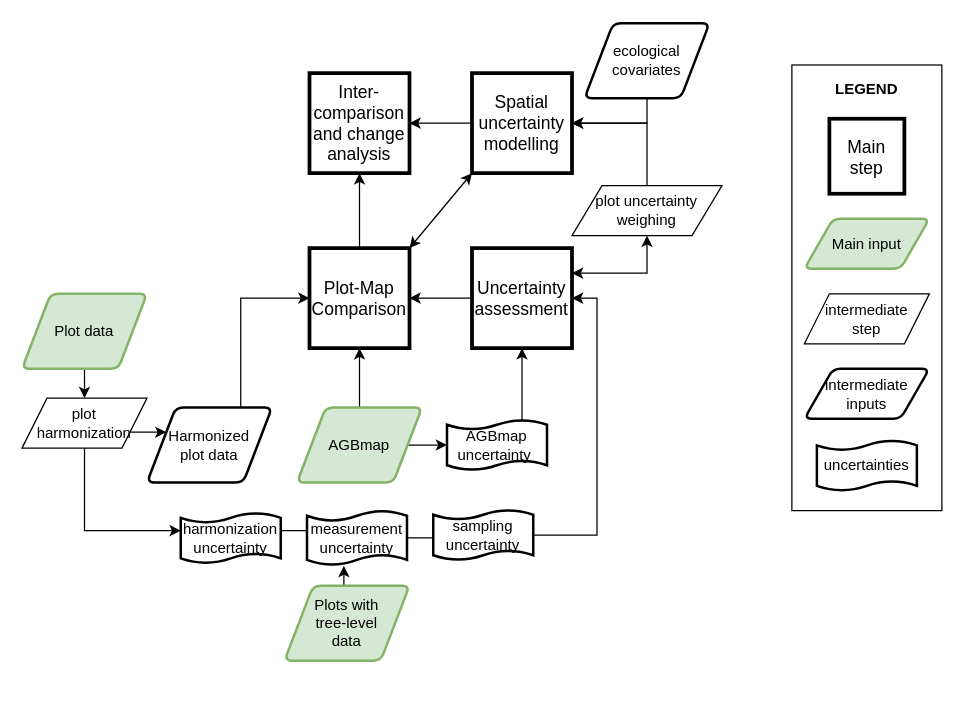
The draw.io diagram Untitled Diagram.drawio in arnanaraza/diagrams, before the edit. Source tidied: cells renumbered, new cells numbered last; positions are measured from the earlier drawing's top-left corner, leaving out a move shared by most shapes. Both pictures are drawn from the tidied source at 125%, with x=0, y=0 at pixel (21, 22).
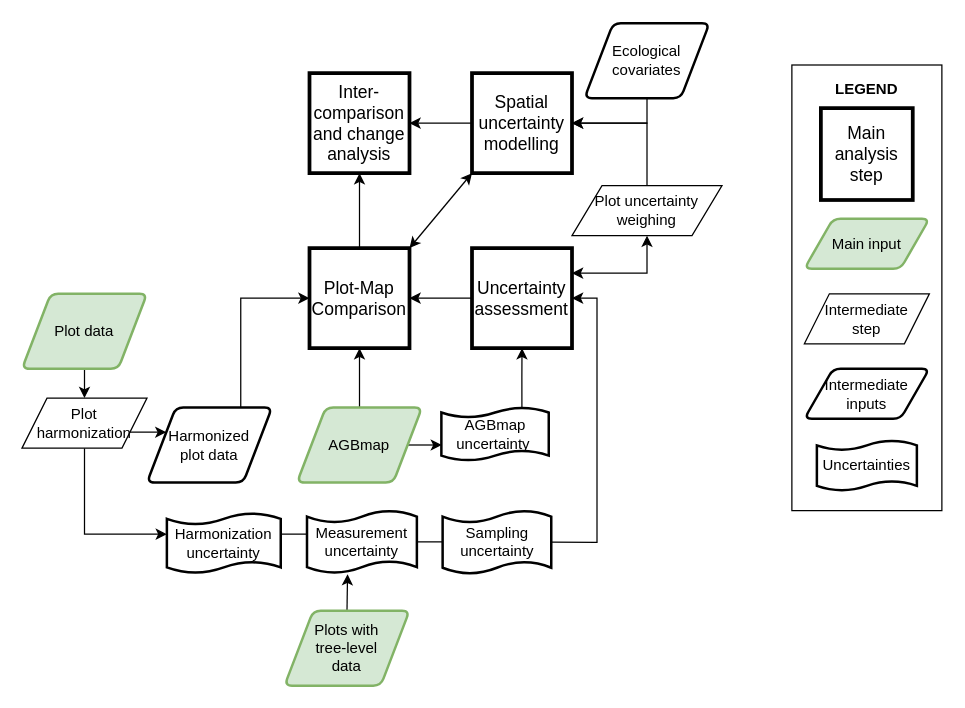
After the change.

Unchanged cells that the change refers to:
```xml
<mxCell id="4" value="AGBmap" style="shape=parallelogram;html=1;strokeWidth=2;perimeter=parallelogramPerimeter;whiteSpace=wrap;rounded=1;arcSize=12;size=0.23;fillColor=#d5e8d4;strokeColor=#82b366;" parent="1" vertex="1">
  <mxGeometry x="220.1" y="307.5" width="100" height="60" as="geometry" />
</mxCell>
<mxCell id="16" value="&lt;font style=&quot;font-size: 14px&quot;&gt;Uncertainty assessment&lt;/font&gt;" style="whiteSpace=wrap;html=1;strokeWidth=3;" parent="1" vertex="1">
  <mxGeometry x="360.1" y="180" width="80" height="80" as="geometry" />
</mxCell>
<mxCell id="18" value="&lt;font style=&quot;font-size: 14px&quot;&gt;Plot-Map&lt;br&gt;Comparison&lt;/font&gt;" style="whiteSpace=wrap;html=1;strokeWidth=3;" parent="1" vertex="1">
  <mxGeometry x="230.1" y="180" width="80" height="80" as="geometry" />
</mxCell>
```

Diff of the diagram source:
```diff
@@
+    <mxCell id="43" style="rounded=0;whiteSpace=wrap;html=1;strokeWidth=1;fillColor=none;" parent="1" vertex="1">
+      <mxGeometry x="616" y="33.5" width="120" height="356.5" as="geometry" />
+    </mxCell>
+    <mxCell id="3" style="edgeStyle=orthogonalEdgeStyle;rounded=0;jettySize=auto;html=1;exitX=0.5;exitY=0;exitDx=0;exitDy=0;entryX=0.5;entryY=1;entryDx=0;entryDy=0;startArrow=none;startFill=0;" parent="1" edge="1" source="4" target="18">
+      <mxGeometry relative="1" as="geometry" />
+    </mxCell>
-    <mxCell id="2" style="edgeStyle=orthogonalEdgeStyle;rounded=0;jettySize=auto;html=1;exitX=1;exitY=0.5;exitDx=0;exitDy=0;entryX=0;entryY=0.5;entryDx=0;entryDy=0;entryPerimeter=0;startArrow=none;startFill=0;" parent="1" edge="1" source="4" target="32">
+    <mxCell id="2" style="edgeStyle=orthogonalEdgeStyle;rounded=0;jettySize=auto;html=1;exitX=1;exitY=0.5;exitDx=0;exitDy=0;entryX=0.005;entryY=0.708;entryDx=0;entryDy=0;entryPerimeter=0;" parent="1" edge="1" source="4" target="32">
       <mxGeometry relative="1" as="geometry" />
     </mxCell>
-    <mxCell id="3" style="edgeStyle=orthogonalEdgeStyle;rounded=0;jettySize=auto;html=1;exitX=0.5;exitY=0;exitDx=0;exitDy=0;entryX=0.5;entryY=1;entryDx=0;entryDy=0;startArrow=none;startFill=0;" parent="1" edge="1" source="4" target="18">
-      <mxGeometry relative="1" as="geometry" />
-    </mxCell>
@@
     <mxCell id="10" value="Plots with &lt;br&gt;tree-level &lt;br&gt;data" style="shape=parallelogram;html=1;strokeWidth=2;perimeter=parallelogramPerimeter;whiteSpace=wrap;rounded=1;arcSize=12;size=0.23;fillColor=#d5e8d4;strokeColor=#82b366;" parent="1" vertex="1">
-      <mxGeometry x="210.1" y="450" width="100" height="60" as="geometry" />
+      <mxGeometry x="210.1" y="470" width="100" height="60" as="geometry" />
     </mxCell>
@@
-    <mxCell id="22" value="plot harmonization" style="shape=parallelogram;perimeter=parallelogramPerimeter;whiteSpace=wrap;html=1;" parent="1" vertex="1">
+    <mxCell id="22" value="Plot harmonization" style="shape=parallelogram;perimeter=parallelogramPerimeter;whiteSpace=wrap;html=1;" parent="1" vertex="1">
       <mxGeometry x="0.1" y="300" width="100" height="40" as="geometry" />
     </mxCell>
@@
-    <mxCell id="26" value="&lt;span style=&quot;white-space: normal&quot;&gt;harmonization uncertainty&lt;/span&gt;" style="shape=tape;whiteSpace=wrap;html=1;strokeWidth=2;size=0.19;" parent="1" vertex="1">
-      <mxGeometry x="127.1" y="392" width="80" height="40" as="geometry" />
+    <mxCell id="26" value="&lt;span style=&quot;white-space: normal&quot;&gt;Harmonization uncertainty&lt;/span&gt;" style="shape=tape;whiteSpace=wrap;html=1;strokeWidth=2;size=0.19;" parent="1" vertex="1">
+      <mxGeometry x="116" y="392" width="91.1" height="48" as="geometry" />
     </mxCell>
@@
-    <mxCell id="28" value="measurement uncertainty" style="shape=tape;whiteSpace=wrap;html=1;strokeWidth=2;size=0.19;" parent="1" vertex="1">
-      <mxGeometry x="228.1" y="390" width="80" height="43.5" as="geometry" />
+    <mxCell id="28" value="Measurement uncertainty" style="shape=tape;whiteSpace=wrap;html=1;strokeWidth=2;size=0.19;" parent="1" vertex="1">
+      <mxGeometry x="228.1" y="390" width="87.9" height="50" as="geometry" />
     </mxCell>
@@
-    <mxCell id="30" value="sampling uncertainty" style="shape=tape;whiteSpace=wrap;html=1;strokeWidth=2;size=0.19;" parent="1" vertex="1">
-      <mxGeometry x="329.1" y="389.5" width="80" height="40" as="geometry" />
+    <mxCell id="30" value="Sampling uncertainty" style="shape=tape;whiteSpace=wrap;html=1;strokeWidth=2;size=0.19;" parent="1" vertex="1">
+      <mxGeometry x="336.6" y="390" width="86.9" height="50.5" as="geometry" />
     </mxCell>
-    <mxCell id="31" style="edgeStyle=orthogonalEdgeStyle;rounded=0;jettySize=auto;html=1;exitX=0.75;exitY=0;exitDx=0;exitDy=0;exitPerimeter=0;entryX=0.5;entryY=1;entryDx=0;entryDy=0;startArrow=none;startFill=0;" parent="1" edge="1" source="32" target="16">
+    <mxCell id="31" style="edgeStyle=orthogonalEdgeStyle;rounded=0;jettySize=auto;html=1;exitX=0.75;exitY=0;exitDx=0;exitDy=0;exitPerimeter=0;entryX=0.5;entryY=1;entryDx=0;entryDy=0;" parent="1" edge="1" source="32" target="16">
       <mxGeometry relative="1" as="geometry" />
     </mxCell>
     <mxCell id="32" value="AGBmap uncertainty&amp;nbsp;" style="shape=tape;whiteSpace=wrap;html=1;strokeWidth=2;size=0.19;" parent="1" vertex="1">
-      <mxGeometry x="340.1" y="317.5" width="80" height="40" as="geometry" />
+      <mxGeometry x="335.6" y="307.5" width="85.9" height="42.5" as="geometry" />
     </mxCell>
@@
-    <mxCell id="34" value="plot uncertainty weighing" style="shape=parallelogram;perimeter=parallelogramPerimeter;whiteSpace=wrap;html=1;" parent="1" vertex="1">
+    <mxCell id="34" value="Plot uncertainty weighing" style="shape=parallelogram;perimeter=parallelogramPerimeter;whiteSpace=wrap;html=1;" parent="1" vertex="1">
       <mxGeometry x="440.1" y="130" width="120" height="40" as="geometry" />
     </mxCell>
@@
-    <mxCell id="36" value="ecological covariates" style="shape=parallelogram;html=1;strokeWidth=2;perimeter=parallelogramPerimeter;whiteSpace=wrap;rounded=1;arcSize=12;size=0.23;" parent="1" vertex="1">
+    <mxCell id="36" value="Ecological covariates" style="shape=parallelogram;html=1;strokeWidth=2;perimeter=parallelogramPerimeter;whiteSpace=wrap;rounded=1;arcSize=12;size=0.23;" parent="1" vertex="1">
       <mxGeometry x="450.1" width="100" height="60" as="geometry" />
     </mxCell>
@@
-    <mxCell id="38" value="intermediate &lt;br&gt;step" style="shape=parallelogram;perimeter=parallelogramPerimeter;whiteSpace=wrap;html=1;" parent="1" vertex="1">
+    <mxCell id="38" value="Intermediate &lt;br&gt;step" style="shape=parallelogram;perimeter=parallelogramPerimeter;whiteSpace=wrap;html=1;" parent="1" vertex="1">
       <mxGeometry x="626" y="216.5" width="100" height="40" as="geometry" />
     </mxCell>
-    <mxCell id="39" value="&lt;span style=&quot;font-size: 14px&quot;&gt;Main step&lt;/span&gt;" style="whiteSpace=wrap;html=1;strokeWidth=3;" parent="1" vertex="1">
-      <mxGeometry x="646" y="76.5" width="60" height="60" as="geometry" />
+    <mxCell id="39" value="&lt;span style=&quot;font-size: 14px&quot;&gt;Main analysis step&lt;/span&gt;" style="whiteSpace=wrap;html=1;strokeWidth=3;" parent="1" vertex="1">
+      <mxGeometry x="639.2" y="68" width="73.5" height="73.5" as="geometry" />
     </mxCell>
-    <mxCell id="40" value="uncertainties" style="shape=tape;whiteSpace=wrap;html=1;strokeWidth=2;size=0.19;" parent="1" vertex="1">
+    <mxCell id="40" value="Uncertainties" style="shape=tape;whiteSpace=wrap;html=1;strokeWidth=2;size=0.19;" parent="1" vertex="1">
       <mxGeometry x="636" y="334" width="80" height="40" as="geometry" />
     </mxCell>
-    <mxCell id="41" value="intermediate inputs" style="shape=parallelogram;html=1;strokeWidth=2;perimeter=parallelogramPerimeter;whiteSpace=wrap;rounded=1;arcSize=12;size=0.23;" parent="1" vertex="1">
+    <mxCell id="41" value="Intermediate inputs" style="shape=parallelogram;html=1;strokeWidth=2;perimeter=parallelogramPerimeter;whiteSpace=wrap;rounded=1;arcSize=12;size=0.23;" parent="1" vertex="1">
       <mxGeometry x="626" y="276.5" width="100" height="40" as="geometry" />
     </mxCell>
@@
-    <mxCell id="43" style="rounded=0;whiteSpace=wrap;html=1;strokeWidth=1;fillColor=none;" parent="1" vertex="1">
-      <mxGeometry x="616" y="33.5" width="120" height="356.5" as="geometry" />
-    </mxCell>
```
